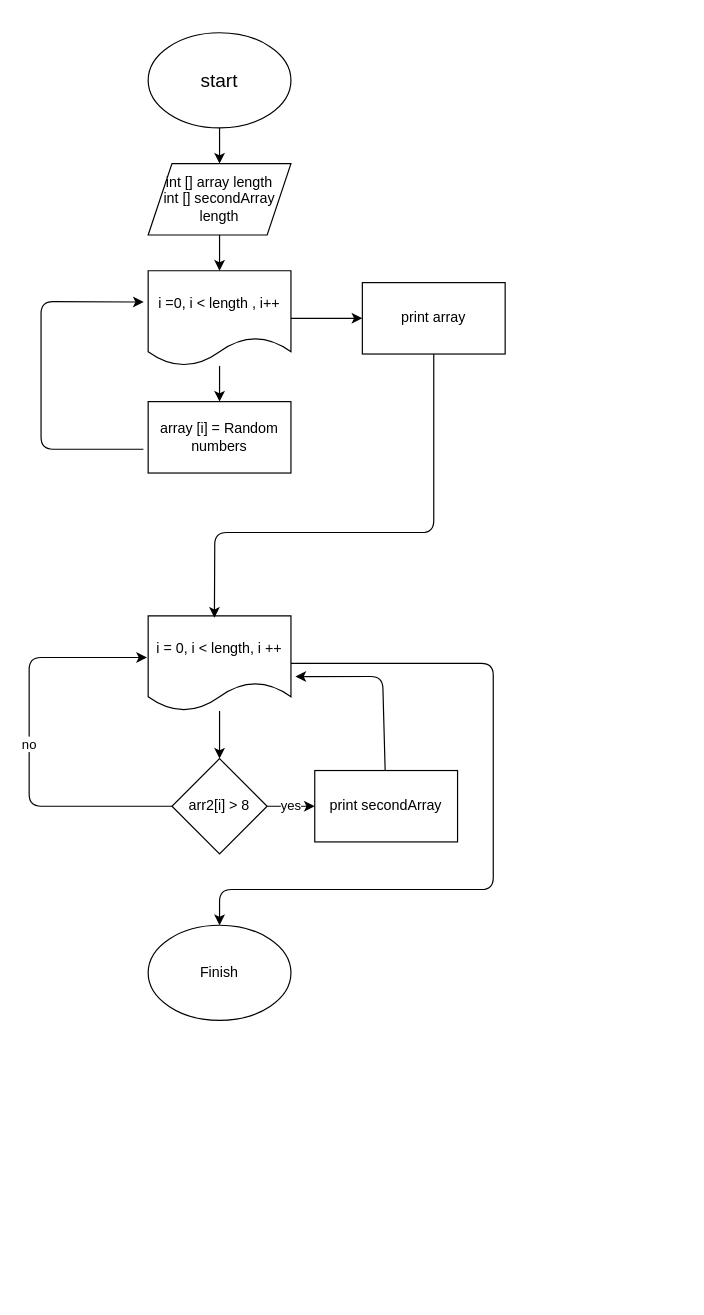
Before: practicum.drawio in hott22/Practicum, a draw.io diagram. Source tidied: cells renumbered, new cells numbered last; positions are measured from the earlier drawing's top-left corner, leaving out a move shared by most shapes. Both pictures are drawn from the tidied source at 119%, with x=0, y=0 at pixel (29, 32).
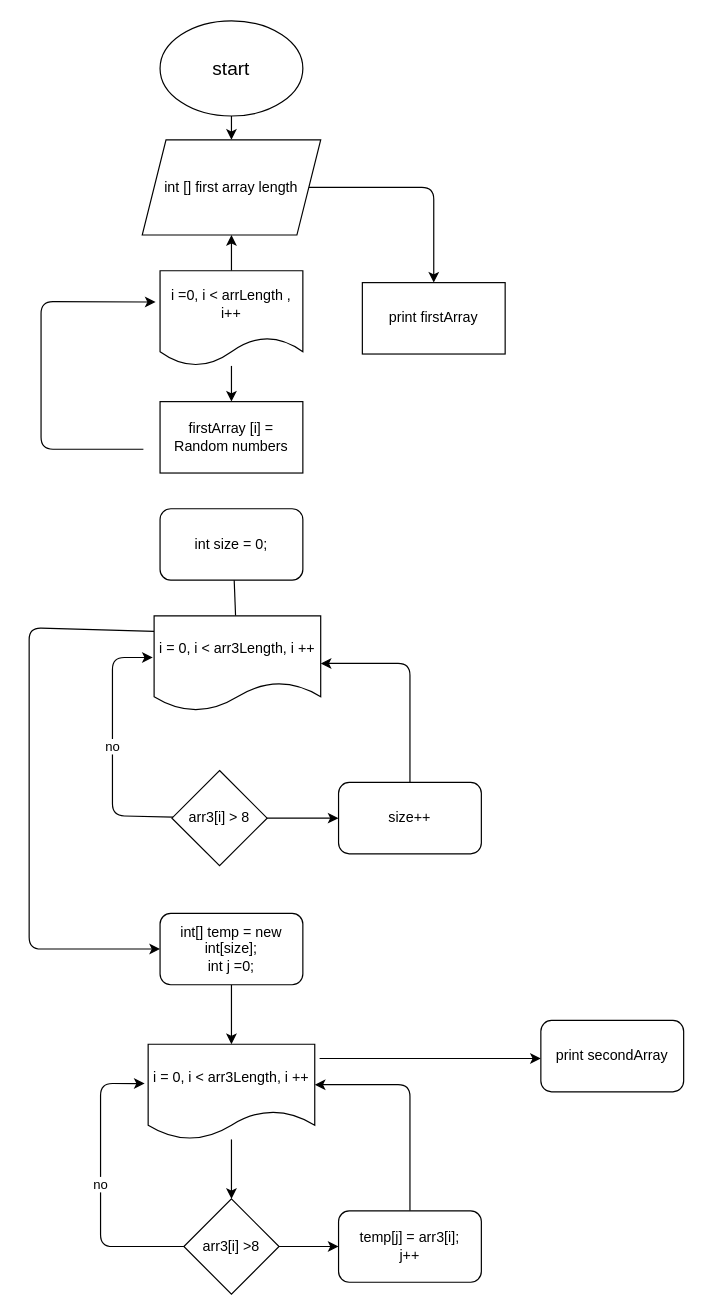
The same page after the edit.

Change to the diagram source:
```diff
@@
     <mxCell id="3" value="start" style="ellipse;whiteSpace=wrap;html=1;fontSize=16;" parent="1" vertex="1">
-      <mxGeometry x="100" width="120" height="80" as="geometry" />
+      <mxGeometry x="110" y="-10" width="120" height="80" as="geometry" />
     </mxCell>
-    <mxCell id="4" style="edgeStyle=none;html=1;entryX=0.5;entryY=0;entryDx=0;entryDy=0;" parent="1" edge="1" source="5" target="8">
-      <mxGeometry relative="1" as="geometry" />
-    </mxCell>
+    <mxCell id="22" style="edgeStyle=none;html=1;entryX=0.5;entryY=0;entryDx=0;entryDy=0;" parent="1" edge="1" source="5" target="21">
+      <mxGeometry relative="1" as="geometry">
+        <Array as="points">
+          <mxPoint x="340" y="130" />
+        </Array>
+      </mxGeometry>
+    </mxCell>
-    <mxCell id="5" value="int [] array length&lt;br&gt;int [] secondArray length" style="shape=parallelogram;perimeter=parallelogramPerimeter;whiteSpace=wrap;html=1;fixedSize=1;" parent="1" vertex="1">
-      <mxGeometry x="100" y="110" width="120" height="60" as="geometry" />
+    <mxCell id="5" value="int [] first array length" style="shape=parallelogram;perimeter=parallelogramPerimeter;whiteSpace=wrap;html=1;fixedSize=1;" parent="1" vertex="1">
+      <mxGeometry x="95" y="90" width="150" height="80" as="geometry" />
     </mxCell>
@@
-    <mxCell id="7" style="edgeStyle=none;html=1;entryX=0;entryY=0.5;entryDx=0;entryDy=0;" parent="1" edge="1" source="8" target="21">
-      <mxGeometry relative="1" as="geometry" />
-    </mxCell>
+    <mxCell id="23" style="edgeStyle=none;html=1;entryX=0.5;entryY=1;entryDx=0;entryDy=0;" parent="1" edge="1" source="8" target="5">
+      <mxGeometry relative="1" as="geometry" />
+    </mxCell>
-    <mxCell id="8" value="i =0, i &amp;lt; length , i++" style="shape=document;whiteSpace=wrap;html=1;boundedLbl=1;" parent="1" vertex="1">
-      <mxGeometry x="100" y="200" width="120" height="80" as="geometry" />
+    <mxCell id="8" value="i =0, i &amp;lt; arrLength , i++" style="shape=document;whiteSpace=wrap;html=1;boundedLbl=1;" parent="1" vertex="1">
+      <mxGeometry x="110" y="200" width="120" height="80" as="geometry" />
     </mxCell>
-    <mxCell id="9" value="array [i] = Random numbers" style="rounded=0;whiteSpace=wrap;html=1;" parent="1" vertex="1">
-      <mxGeometry x="100" y="310" width="120" height="60" as="geometry" />
+    <mxCell id="9" value="firstArray [i] = Random numbers" style="rounded=0;whiteSpace=wrap;html=1;" parent="1" vertex="1">
+      <mxGeometry x="110" y="310" width="120" height="60" as="geometry" />
     </mxCell>
@@
-    <mxCell id="11" style="edgeStyle=none;html=1;entryX=0.5;entryY=0;entryDx=0;entryDy=0;" parent="1" edge="1" source="13" target="16">
-      <mxGeometry relative="1" as="geometry" />
-    </mxCell>
-    <mxCell id="12" style="edgeStyle=none;html=1;entryX=0.5;entryY=0;entryDx=0;entryDy=0;" parent="1" edge="1" source="13">
-      <mxGeometry relative="1" as="geometry">
-        <mxPoint x="160" y="750" as="targetPoint" />
-        <Array as="points">
-          <mxPoint x="390" y="530" />
-          <mxPoint x="390" y="720" />
-          <mxPoint x="160" y="720" />
-        </Array>
-      </mxGeometry>
-    </mxCell>
+    <mxCell id="24" style="edgeStyle=none;html=1;entryX=0.5;entryY=0;entryDx=0;entryDy=0;" parent="1" edge="1" source="13" target="27">
+      <mxGeometry relative="1" as="geometry" />
+    </mxCell>
+    <mxCell id="25" style="edgeStyle=none;html=1;entryX=0;entryY=0.5;entryDx=0;entryDy=0;exitX=0;exitY=0.163;exitDx=0;exitDy=0;exitPerimeter=0;" parent="1" edge="1" source="13" target="31">
+      <mxGeometry relative="1" as="geometry">
+        <Array as="points">
+          <mxPoint y="500" />
+          <mxPoint y="770" />
+        </Array>
+      </mxGeometry>
+    </mxCell>
-    <mxCell id="13" value="i = 0, i &amp;lt; length, i ++" style="shape=document;whiteSpace=wrap;html=1;boundedLbl=1;" parent="1" vertex="1">
-      <mxGeometry x="100" y="490" width="120" height="80" as="geometry" />
+    <mxCell id="13" value="i = 0, i &amp;lt; arr3Length, i ++" style="shape=document;whiteSpace=wrap;html=1;boundedLbl=1;" parent="1" vertex="1">
+      <mxGeometry x="105" y="490" width="140" height="80" as="geometry" />
     </mxCell>
-    <mxCell id="14" value="yes" style="edgeStyle=none;html=1;" parent="1" edge="1" source="16" target="18">
-      <mxGeometry relative="1" as="geometry">
-        <Array as="points">
-          <mxPoint x="220" y="650" />
-        </Array>
-      </mxGeometry>
-    </mxCell>
     <mxCell id="15" value="no" style="edgeStyle=none;html=1;entryX=-0.008;entryY=0.438;entryDx=0;entryDy=0;entryPerimeter=0;" parent="1" edge="1" source="16" target="13">
       <mxGeometry relative="1" as="geometry">
         <Array as="points">
-          <mxPoint y="650" />
-          <mxPoint y="525" />
+          <mxPoint x="70" y="658" />
+          <mxPoint x="70" y="525" />
         </Array>
       </mxGeometry>
     </mxCell>
+    <mxCell id="26" style="edgeStyle=none;html=1;entryX=0;entryY=0.5;entryDx=0;entryDy=0;" parent="1" edge="1" source="16" target="29">
+      <mxGeometry relative="1" as="geometry" />
+    </mxCell>
-    <mxCell id="16" value="arr2[i] &amp;gt; 8" style="rhombus;whiteSpace=wrap;html=1;" parent="1" vertex="1">
-      <mxGeometry x="120" y="610" width="80" height="80" as="geometry" />
+    <mxCell id="16" value="arr3[i] &amp;gt; 8" style="rhombus;whiteSpace=wrap;html=1;" parent="1" vertex="1">
+      <mxGeometry x="120" y="620" width="80" height="80" as="geometry" />
     </mxCell>
-    <mxCell id="17" style="edgeStyle=none;html=1;entryX=1.031;entryY=0.638;entryDx=0;entryDy=0;entryPerimeter=0;" parent="1" edge="1" source="18" target="13">
-      <mxGeometry relative="1" as="geometry">
-        <Array as="points">
-          <mxPoint x="297" y="541" />
-        </Array>
-      </mxGeometry>
-    </mxCell>
+    <mxCell id="21" value="print firstArray" style="rounded=0;whiteSpace=wrap;html=1;" parent="1" vertex="1">
+      <mxGeometry x="280" y="210" width="120" height="60" as="geometry" />
+    </mxCell>
+    <mxCell id="27" value="int size = 0;" style="rounded=1;whiteSpace=wrap;html=1;" parent="1" vertex="1">
+      <mxGeometry x="110" y="400" width="120" height="60" as="geometry" />
+    </mxCell>
+    <mxCell id="28" style="edgeStyle=none;html=1;entryX=1;entryY=0.5;entryDx=0;entryDy=0;" parent="1" edge="1" source="29" target="13">
+      <mxGeometry relative="1" as="geometry">
+        <Array as="points">
+          <mxPoint x="320" y="530" />
+        </Array>
+      </mxGeometry>
+    </mxCell>
+    <mxCell id="29" value="size++" style="rounded=1;whiteSpace=wrap;html=1;" parent="1" vertex="1">
+      <mxGeometry x="260" y="630" width="120" height="60" as="geometry" />
+    </mxCell>
+    <mxCell id="30" style="edgeStyle=none;html=1;entryX=0.5;entryY=0;entryDx=0;entryDy=0;" parent="1" edge="1" source="31" target="34">
+      <mxGeometry relative="1" as="geometry" />
+    </mxCell>
+    <mxCell id="31" value="int[] temp = new int[size];&lt;br&gt;int j =0;" style="rounded=1;whiteSpace=wrap;html=1;" parent="1" vertex="1">
+      <mxGeometry x="110" y="740" width="120" height="60" as="geometry" />
+    </mxCell>
+    <mxCell id="32" style="edgeStyle=none;html=1;entryX=0.5;entryY=0;entryDx=0;entryDy=0;" parent="1" edge="1" source="34" target="37">
+      <mxGeometry relative="1" as="geometry" />
+    </mxCell>
+    <mxCell id="33" style="edgeStyle=none;html=1;exitX=1.029;exitY=0.15;exitDx=0;exitDy=0;exitPerimeter=0;" parent="1" edge="1" source="34">
+      <mxGeometry relative="1" as="geometry">
+        <mxPoint x="430" y="862" as="targetPoint" />
+      </mxGeometry>
+    </mxCell>
+    <mxCell id="34" value="&lt;span&gt;i = 0, i &amp;lt; arr3Length, i ++&lt;/span&gt;" style="shape=document;whiteSpace=wrap;html=1;boundedLbl=1;" parent="1" vertex="1">
+      <mxGeometry x="100" y="850" width="140" height="80" as="geometry" />
+    </mxCell>
+    <mxCell id="35" value="no" style="edgeStyle=none;html=1;entryX=-0.021;entryY=0.413;entryDx=0;entryDy=0;entryPerimeter=0;" parent="1" edge="1" source="37" target="34">
+      <mxGeometry relative="1" as="geometry">
+        <Array as="points">
+          <mxPoint x="60" y="1020" />
+          <mxPoint x="60" y="883" />
+        </Array>
+      </mxGeometry>
+    </mxCell>
+    <mxCell id="36" style="edgeStyle=none;html=1;entryX=0;entryY=0.5;entryDx=0;entryDy=0;" parent="1" edge="1" source="37" target="39">
+      <mxGeometry relative="1" as="geometry" />
+    </mxCell>
+    <mxCell id="37" value="arr3[i] &amp;gt;8" style="rhombus;whiteSpace=wrap;html=1;" parent="1" vertex="1">
+      <mxGeometry x="130" y="980" width="80" height="80" as="geometry" />
+    </mxCell>
+    <mxCell id="38" style="edgeStyle=none;html=1;entryX=1;entryY=0.425;entryDx=0;entryDy=0;entryPerimeter=0;" parent="1" edge="1" source="39" target="34">
+      <mxGeometry relative="1" as="geometry">
+        <Array as="points">
+          <mxPoint x="320" y="884" />
+        </Array>
+      </mxGeometry>
+    </mxCell>
+    <mxCell id="39" value="temp[j] = arr3[i];&lt;br&gt;j++" style="rounded=1;whiteSpace=wrap;html=1;" parent="1" vertex="1">
+      <mxGeometry x="260" y="990" width="120" height="60" as="geometry" />
+    </mxCell>
-    <mxCell id="18" value="&lt;span&gt;print secondArray&lt;/span&gt;" style="rounded=0;whiteSpace=wrap;html=1;" parent="1" vertex="1">
-      <mxGeometry x="240" y="620" width="120" height="60" as="geometry" />
+    <mxCell id="18" value="print secondArray" style="rounded=1;whiteSpace=wrap;html=1;" parent="1" vertex="1">
+      <mxGeometry x="430" y="830" width="120" height="60" as="geometry" />
     </mxCell>
-    <mxCell id="19" value="Finish" style="ellipse;whiteSpace=wrap;html=1;" parent="1" vertex="1">
-      <mxGeometry x="100" y="750" width="120" height="80" as="geometry" />
-    </mxCell>
-    <mxCell id="20" style="edgeStyle=none;html=1;entryX=0.464;entryY=0.021;entryDx=0;entryDy=0;entryPerimeter=0;" parent="1" edge="1" source="21" target="13">
-      <mxGeometry relative="1" as="geometry">
-        <Array as="points">
-          <mxPoint x="340" y="420" />
-          <mxPoint x="156" y="420" />
-        </Array>
-      </mxGeometry>
-    </mxCell>
-    <mxCell id="21" value="print array" style="rounded=0;whiteSpace=wrap;html=1;" parent="1" vertex="1">
-      <mxGeometry x="280" y="210" width="120" height="60" as="geometry" />
-    </mxCell>
```
